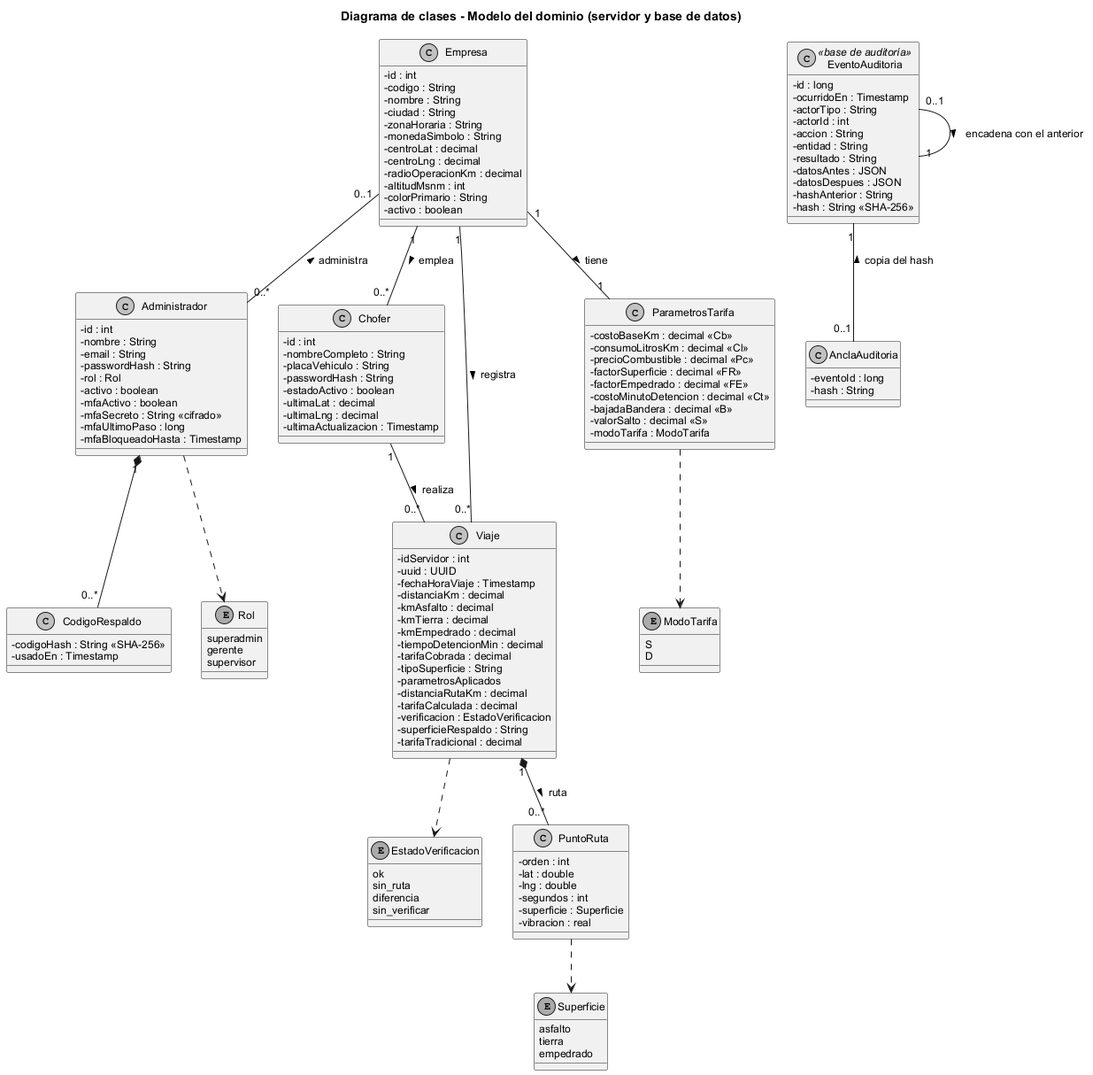
Before: diseno/uml/clases01_dominio.png, a diagram exported from PlantUML (BenjexDtz/pulpos-taxis).
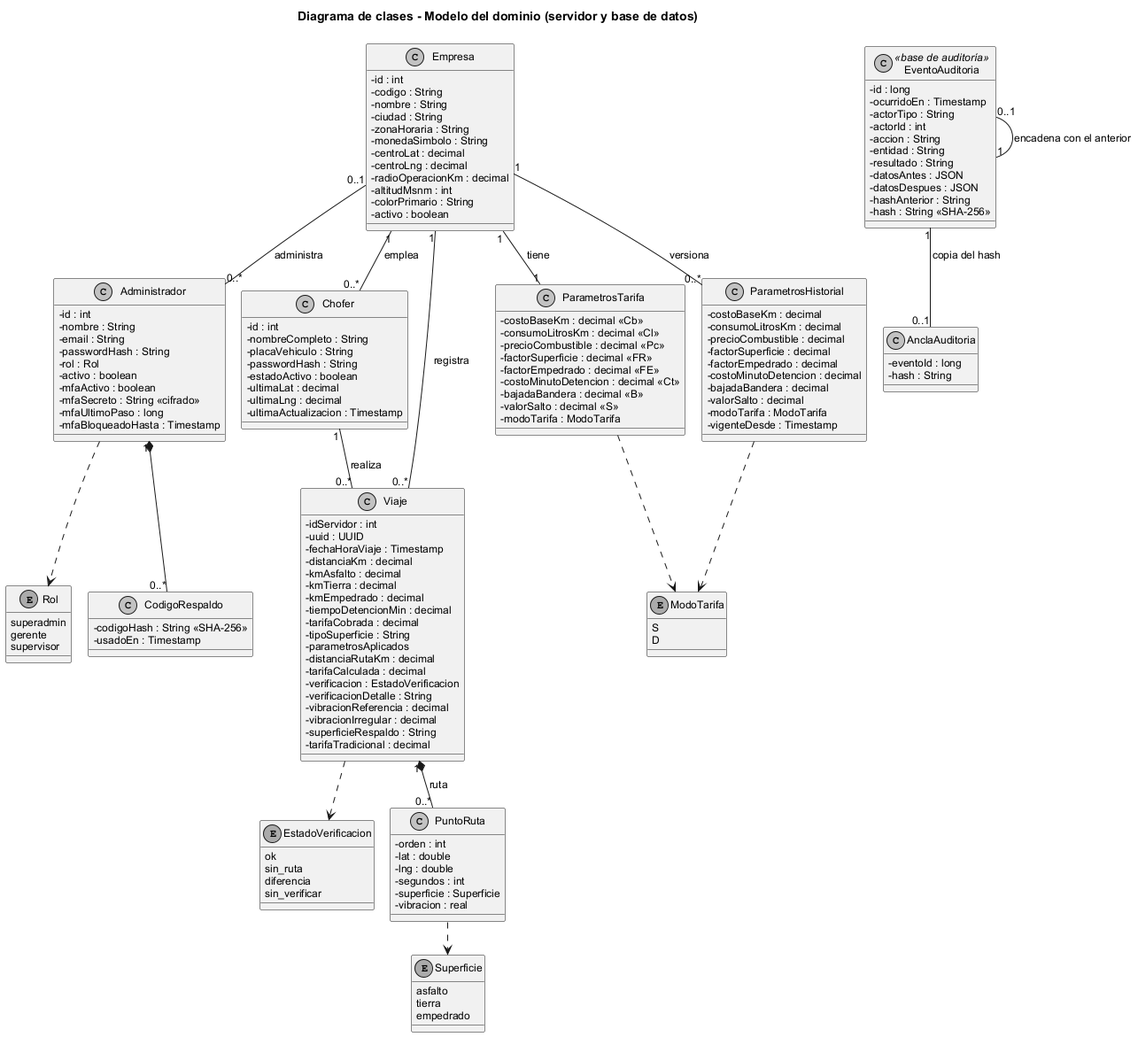
Above is the later version.

Commit message:
Corregir los diagramas de casos de uso, clases y secuencia según el código

Diff of the diagram source:
```diff
@@ -1,4 +1,5 @@
 @startuml clases01_dominio
+!pragma layout smetana
 !include estilo.iuml
 title Diagrama de clases - Modelo del dominio (servidor y base de datos)
 
@@ -82,6 +83,19 @@
   - modoTarifa : ModoTarifa
 }
 
+class ParametrosHistorial {
+  - costoBaseKm : decimal
+  - consumoLitrosKm : decimal
+  - precioCombustible : decimal
+  - factorSuperficie : decimal
+  - factorEmpedrado : decimal
+  - costoMinutoDetencion : decimal
+  - bajadaBandera : decimal
+  - valorSalto : decimal
+  - modoTarifa : ModoTarifa
+  - vigenteDesde : Timestamp
+}
+
 class Viaje {
   - idServidor : int
   - uuid : UUID
@@ -97,6 +111,9 @@
   - distanciaRutaKm : decimal
   - tarifaCalculada : decimal
   - verificacion : EstadoVerificacion
+  - verificacionDetalle : String
+  - vibracionReferencia : decimal
+  - vibracionIrregular : decimal
   - superficieRespaldo : String
   - tarifaTradicional : decimal
 }
@@ -130,6 +147,7 @@
 }
 
 Empresa "1" -- "1" ParametrosTarifa : tiene >
+Empresa "1" -- "0..*" ParametrosHistorial : versiona >
 Empresa "0..1" -- "0..*" Administrador : administra <
 Empresa "1" -- "0..*" Chofer : emplea >
 Empresa "1" -- "0..*" Viaje : registra >
@@ -141,6 +159,7 @@
 
 Administrador ..> Rol
 ParametrosTarifa ..> ModoTarifa
+ParametrosHistorial ..> ModoTarifa
 PuntoRuta ..> Superficie
 Viaje ..> EstadoVerificacion
 @enduml
```
